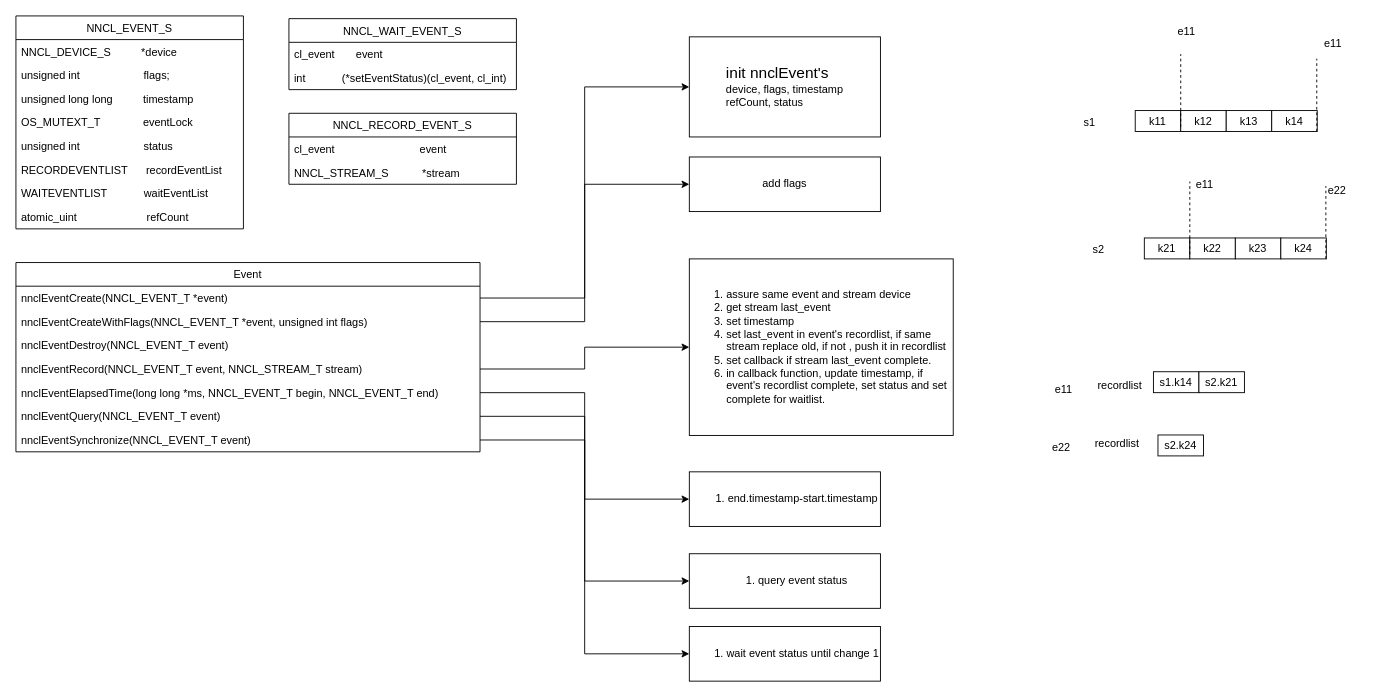
Above: page "event" (2 of 5) of streamevent.drawio in sudocloud/draw.io (draw.io), before the change. Source tidied: cells renumbered, new cells numbered last; positions are measured from the earlier drawing's top-left corner, leaving out a move shared by most shapes. Both pictures are drawn from the tidied source at 91%, with x=0, y=0 at pixel (15, 15).
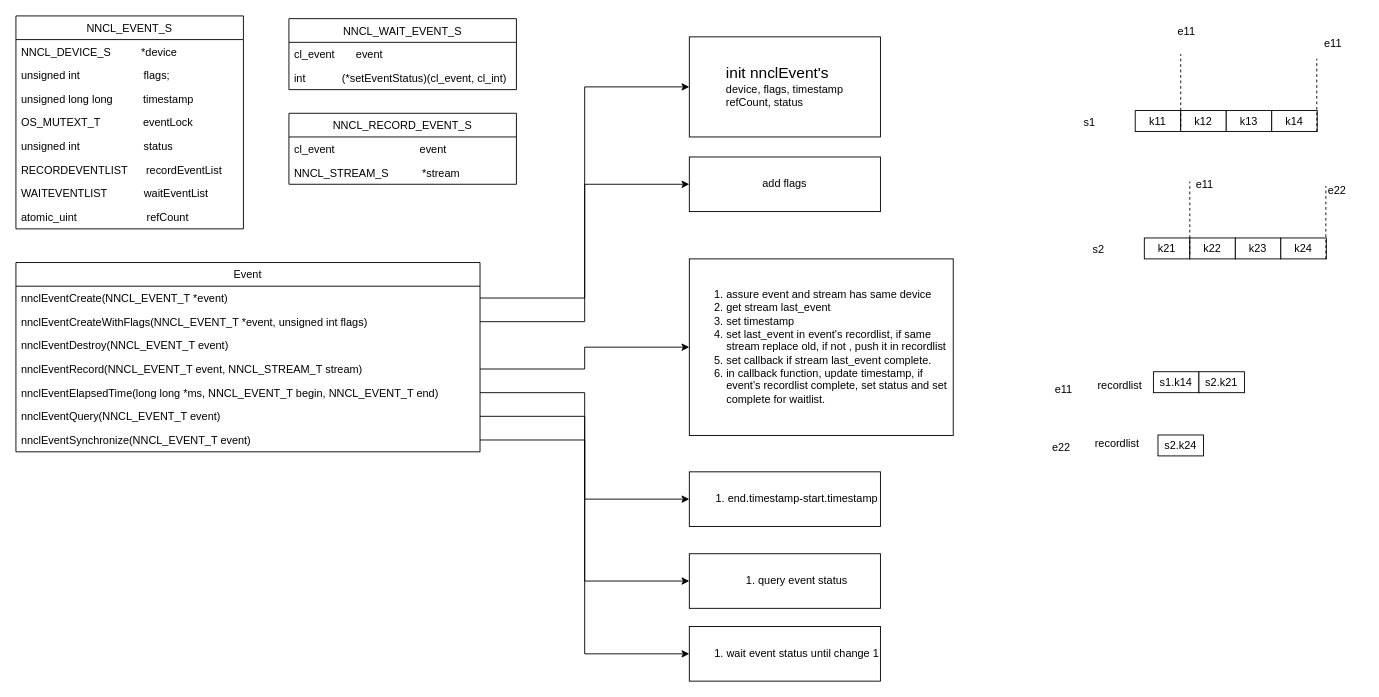
After the change.

Diff of the diagram source:
```diff
@@
-    <mxCell id="29" value="&lt;div style=&quot;text-align: left&quot;&gt;&lt;ol&gt;&lt;li&gt;assure same event and stream device&lt;br&gt;&lt;/li&gt;&lt;li&gt;get stream last_event&lt;/li&gt;&lt;li&gt;set timestamp&lt;/li&gt;&lt;li&gt;set last_event in event's recordlist, if same stream replace old, if not , push it in recordlist&lt;/li&gt;&lt;li&gt;set callback if stream last_event complete.&lt;/li&gt;&lt;li&gt;in callback function, update timestamp, if event's recordlist complete, set status and set complete for waitlist.&lt;/li&gt;&lt;/ol&gt;&lt;/div&gt;" style="rounded=0;whiteSpace=wrap;html=1;" parent="1" vertex="1">
+    <mxCell id="29" value="&lt;div style=&quot;text-align: left&quot;&gt;&lt;ol&gt;&lt;li&gt;assure event and stream has same device&lt;br&gt;&lt;/li&gt;&lt;li&gt;get stream last_event&lt;/li&gt;&lt;li&gt;set timestamp&lt;/li&gt;&lt;li&gt;set last_event in event's recordlist, if same stream replace old, if not , push it in recordlist&lt;/li&gt;&lt;li&gt;set callback if stream last_event complete.&lt;/li&gt;&lt;li&gt;in callback function, update timestamp, if event's recordlist complete, set status and set complete for waitlist.&lt;/li&gt;&lt;/ol&gt;&lt;/div&gt;" style="rounded=0;whiteSpace=wrap;html=1;" parent="1" vertex="1">
       <mxGeometry x="740" y="267" width="290" height="194" as="geometry" />
     </mxCell>
```
